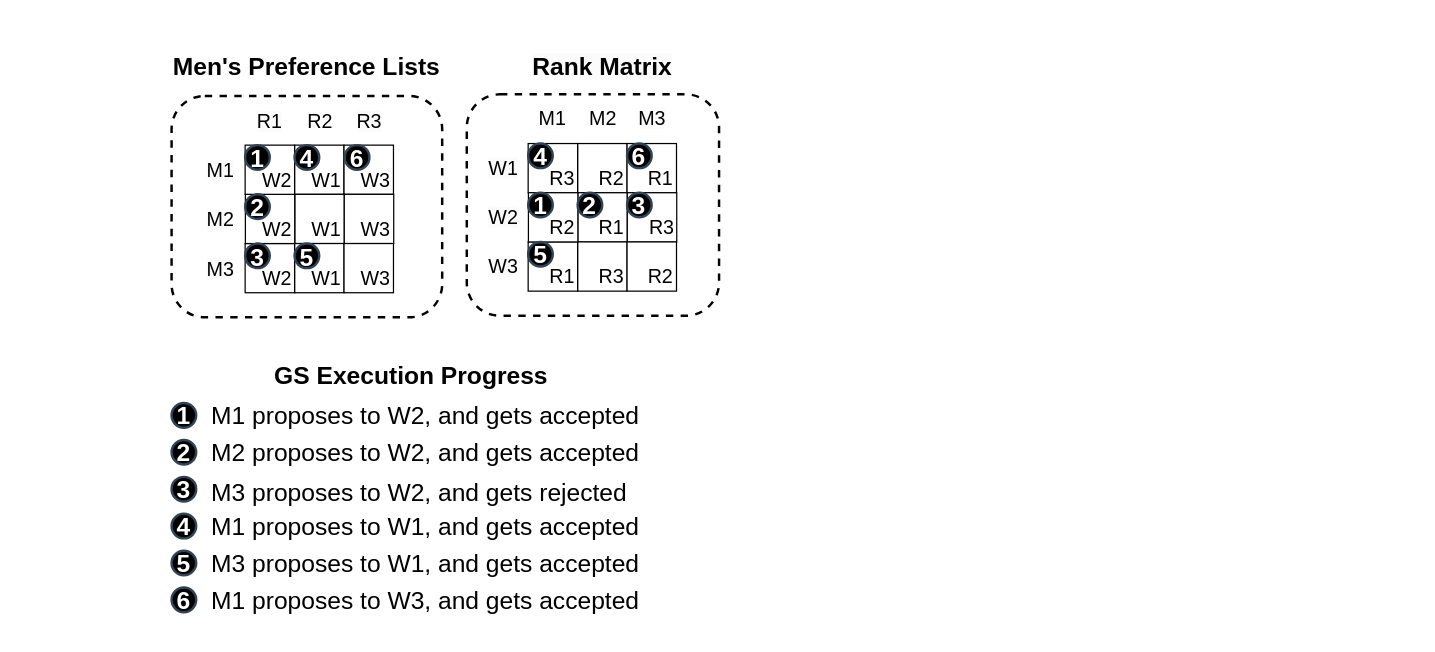
Before: newGSExec.drawio in victorliu-sq/BambooSMP-Figures, a draw.io diagram. Source tidied: cells renumbered, new cells numbered last; positions are measured from the earlier drawing's top-left corner, leaving out a move shared by most shapes. Both pictures are drawn from the tidied source at 123%, with x=0, y=0 at pixel (171, 53).
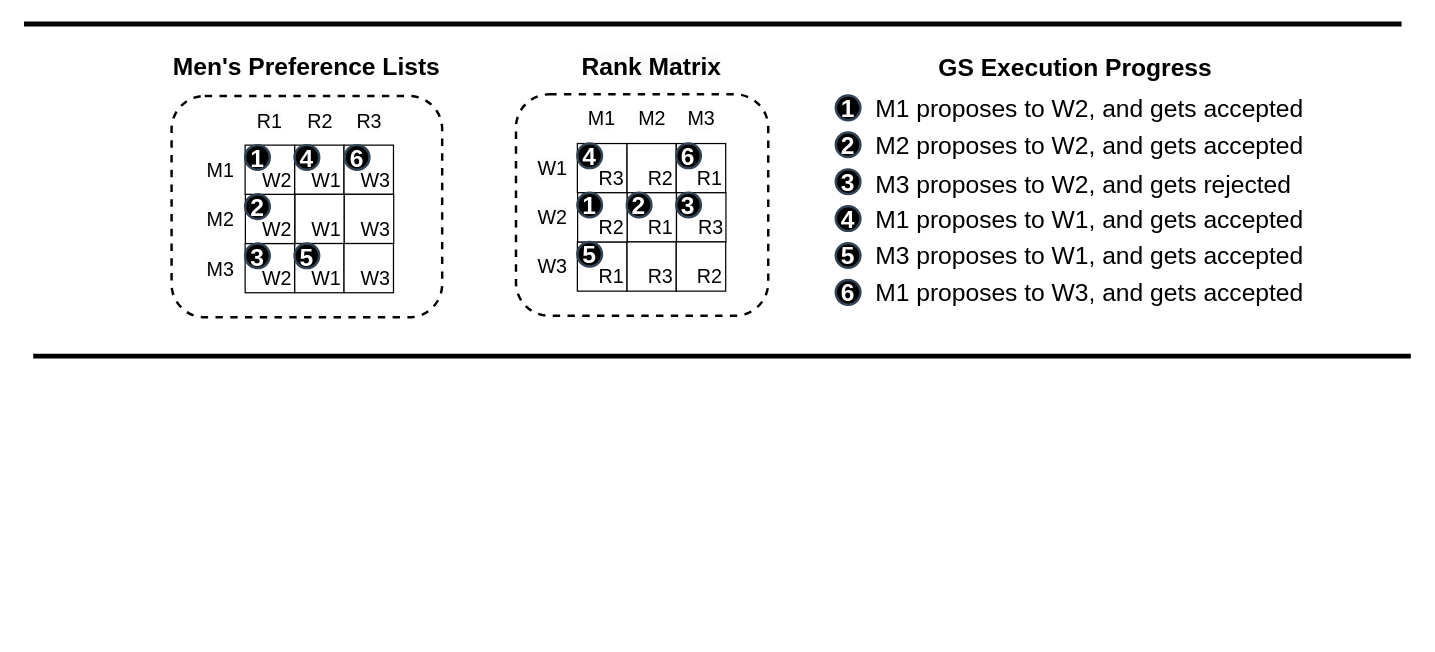
After the change.

Diff of the diagram source:
```diff
@@
     <mxCell id="3" style="rounded=1;whiteSpace=wrap;html=1;strokeWidth=2;dashed=1;" parent="1" vertex="1">
-      <mxGeometry x="240" y="33.2" width="205.1" height="180" as="geometry" />
+      <mxGeometry x="280" y="33.2" width="205.1" height="180" as="geometry" />
     </mxCell>
     <mxCell id="4" value="1" style="ellipse;whiteSpace=wrap;html=1;strokeColor=#314354;align=center;verticalAlign=middle;fontFamily=Helvetica;fontSize=20;fillColor=#000000;fontColor=#ffffff;fontStyle=1;strokeWidth=2;" parent="1" vertex="1">
-      <mxGeometry y="284.2" width="20" height="20" as="geometry" />
+      <mxGeometry x="540" y="34.2" width="20" height="20" as="geometry" />
     </mxCell>
     <mxCell id="5" value="2" style="ellipse;whiteSpace=wrap;html=1;strokeColor=#314354;align=center;verticalAlign=middle;fontFamily=Helvetica;fontSize=20;fillColor=#000000;fontColor=#ffffff;fontStyle=1;strokeWidth=2;" parent="1" vertex="1">
-      <mxGeometry y="314.2" width="20" height="20" as="geometry" />
+      <mxGeometry x="540" y="64.2" width="20" height="20" as="geometry" />
     </mxCell>
     <mxCell id="6" value="3" style="ellipse;whiteSpace=wrap;html=1;strokeColor=#314354;align=center;verticalAlign=middle;fontFamily=Helvetica;fontSize=20;fillColor=#000000;fontColor=#ffffff;fontStyle=1;strokeWidth=2;" parent="1" vertex="1">
-      <mxGeometry y="344.2" width="20" height="20" as="geometry" />
+      <mxGeometry x="540" y="94.2" width="20" height="20" as="geometry" />
     </mxCell>
     <mxCell id="7" value="4" style="ellipse;whiteSpace=wrap;html=1;strokeColor=#314354;align=center;verticalAlign=middle;fontFamily=Helvetica;fontSize=20;fillColor=#000000;fontColor=#ffffff;fontStyle=1;strokeWidth=2;" parent="1" vertex="1">
-      <mxGeometry y="374.2" width="20" height="20" as="geometry" />
+      <mxGeometry x="540" y="124.2" width="20" height="20" as="geometry" />
     </mxCell>
     <mxCell id="8" value="5" style="ellipse;whiteSpace=wrap;html=1;strokeColor=#314354;align=center;verticalAlign=middle;fontFamily=Helvetica;fontSize=20;fillColor=#000000;fontColor=#ffffff;fontStyle=1;strokeWidth=2;" parent="1" vertex="1">
-      <mxGeometry y="404.2" width="20" height="20" as="geometry" />
+      <mxGeometry x="540" y="154.2" width="20" height="20" as="geometry" />
     </mxCell>
     <mxCell id="9" value="6" style="ellipse;whiteSpace=wrap;html=1;strokeColor=#314354;align=center;verticalAlign=middle;fontFamily=Helvetica;fontSize=20;fillColor=#000000;fontColor=#ffffff;fontStyle=1;strokeWidth=2;" parent="1" vertex="1">
-      <mxGeometry y="434.2" width="20" height="20" as="geometry" />
+      <mxGeometry x="540" y="184.2" width="20" height="20" as="geometry" />
     </mxCell>
     <mxCell id="10" value="&lt;h1 style=&quot;font-size: 20px;&quot;&gt;&lt;span style=&quot;font-size: 20px; font-weight: 400;&quot;&gt;&amp;nbsp;M1 proposes to W2, and gets accepted&lt;/span&gt;&lt;/h1&gt;" style="text;strokeColor=none;align=left;fillColor=none;html=1;verticalAlign=middle;whiteSpace=wrap;rounded=0;fontFamily=Helvetica;fontSize=20;fontColor=default;" parent="1" vertex="1">
-      <mxGeometry x="25" y="279.2" width="405" height="30" as="geometry" />
+      <mxGeometry x="565" y="29.2" width="405" height="30" as="geometry" />
     </mxCell>
     <mxCell id="11" value="&lt;h1 style=&quot;font-size: 20px;&quot;&gt;&lt;span style=&quot;font-size: 20px; font-weight: 400;&quot;&gt;&amp;nbsp;M2 proposes to W2, and gets accepted&lt;/span&gt;&lt;/h1&gt;" style="text;strokeColor=none;align=left;fillColor=none;html=1;verticalAlign=middle;whiteSpace=wrap;rounded=0;fontFamily=Helvetica;fontSize=20;fontColor=default;" parent="1" vertex="1">
-      <mxGeometry x="25" y="309.2" width="365" height="30" as="geometry" />
+      <mxGeometry x="565" y="59.2" width="365" height="30" as="geometry" />
     </mxCell>
     <mxCell id="12" value="&lt;h1 style=&quot;font-size: 20px;&quot;&gt;&lt;span style=&quot;font-size: 20px; font-weight: 400;&quot;&gt;&amp;nbsp;M3 proposes to W2, and gets rejected&lt;/span&gt;&lt;/h1&gt;" style="text;strokeColor=none;align=left;fillColor=none;html=1;verticalAlign=middle;whiteSpace=wrap;rounded=0;fontFamily=Helvetica;fontSize=20;fontColor=default;" parent="1" vertex="1">
-      <mxGeometry x="25" y="340.8" width="365" height="30" as="geometry" />
+      <mxGeometry x="565" y="90.8" width="365" height="30" as="geometry" />
     </mxCell>
     <mxCell id="13" value="&lt;h1 style=&quot;font-size: 20px;&quot;&gt;&lt;span style=&quot;font-size: 20px; font-weight: 400;&quot;&gt;&amp;nbsp;M1 proposes to W1, and gets accepted&lt;/span&gt;&lt;/h1&gt;" style="text;strokeColor=none;align=left;fillColor=none;html=1;verticalAlign=middle;whiteSpace=wrap;rounded=0;fontFamily=Helvetica;fontSize=20;fontColor=default;" parent="1" vertex="1">
-      <mxGeometry x="25" y="369.2" width="365" height="30" as="geometry" />
+      <mxGeometry x="565" y="119.2" width="365" height="30" as="geometry" />
     </mxCell>
     <mxCell id="14" value="&lt;h1 style=&quot;font-size: 20px;&quot;&gt;&lt;span style=&quot;font-size: 20px; font-weight: 400;&quot;&gt;&amp;nbsp;M3 proposes to W1, and gets accepted&lt;/span&gt;&lt;/h1&gt;" style="text;strokeColor=none;align=left;fillColor=none;html=1;verticalAlign=middle;whiteSpace=wrap;rounded=0;fontFamily=Helvetica;fontSize=20;fontColor=default;" parent="1" vertex="1">
-      <mxGeometry x="25" y="399.2" width="365" height="30" as="geometry" />
+      <mxGeometry x="565" y="149.2" width="365" height="30" as="geometry" />
     </mxCell>
     <mxCell id="15" value="&lt;h1 style=&quot;font-size: 20px;&quot;&gt;&lt;span style=&quot;font-size: 20px; font-weight: 400;&quot;&gt;&amp;nbsp;M1 proposes to W3, and gets accepted&lt;/span&gt;&lt;/h1&gt;" style="text;strokeColor=none;align=left;fillColor=none;html=1;verticalAlign=middle;whiteSpace=wrap;rounded=0;fontFamily=Helvetica;fontSize=20;fontColor=default;" parent="1" vertex="1">
-      <mxGeometry x="25" y="429.2" width="365" height="30" as="geometry" />
+      <mxGeometry x="565" y="179.2" width="365" height="30" as="geometry" />
     </mxCell>
     <mxCell id="16" value="&lt;h1 style=&quot;font-size: 20px;&quot;&gt;&lt;span style=&quot;font-size: 20px;&quot;&gt;GS Execution Progress&lt;/span&gt;&lt;/h1&gt;" style="text;strokeColor=none;align=center;fillColor=none;html=1;verticalAlign=middle;whiteSpace=wrap;rounded=0;fontFamily=Helvetica;fontSize=20;fontColor=default;fontStyle=1;" parent="1" vertex="1">
-      <mxGeometry x="80" y="246" width="230" height="30" as="geometry" />
+      <mxGeometry x="620" y="-4" width="230" height="30" as="geometry" />
     </mxCell>
@@
     <mxCell id="33" value="R2" style="rounded=0;whiteSpace=wrap;html=1;fontSize=16;align=right;verticalAlign=bottom;" parent="1" vertex="1">
-      <mxGeometry x="330.1" y="73.2" width="40.2" height="40" as="geometry" />
+      <mxGeometry x="370.1" y="73.2" width="40.2" height="40" as="geometry" />
     </mxCell>
     <mxCell id="34" value="R1" style="rounded=0;whiteSpace=wrap;html=1;fontSize=16;align=right;verticalAlign=bottom;" parent="1" vertex="1">
-      <mxGeometry x="370.3" y="73.2" width="40.2" height="40" as="geometry" />
+      <mxGeometry x="410.3" y="73.2" width="40.2" height="40" as="geometry" />
     </mxCell>
     <mxCell id="35" value="R1" style="rounded=0;whiteSpace=wrap;html=1;fontSize=16;align=right;verticalAlign=bottom;" parent="1" vertex="1">
-      <mxGeometry x="330.3" y="113.2" width="40.2" height="40" as="geometry" />
+      <mxGeometry x="370.3" y="113.2" width="40.2" height="40" as="geometry" />
     </mxCell>
     <mxCell id="36" value="R3" style="rounded=0;whiteSpace=wrap;html=1;fontSize=16;align=right;verticalAlign=bottom;" parent="1" vertex="1">
-      <mxGeometry x="370.5" y="113.2" width="40.2" height="40" as="geometry" />
+      <mxGeometry x="410.5" y="113.2" width="40.2" height="40" as="geometry" />
     </mxCell>
     <mxCell id="37" value="R3" style="rounded=0;whiteSpace=wrap;html=1;fontSize=16;align=right;verticalAlign=bottom;" parent="1" vertex="1">
-      <mxGeometry x="330.1" y="153.2" width="40.2" height="40" as="geometry" />
+      <mxGeometry x="370.1" y="153.2" width="40.2" height="40" as="geometry" />
     </mxCell>
     <mxCell id="38" value="R2" style="rounded=0;whiteSpace=wrap;html=1;fontSize=16;align=right;verticalAlign=bottom;" parent="1" vertex="1">
-      <mxGeometry x="370.3" y="153.2" width="40.2" height="40" as="geometry" />
+      <mxGeometry x="410.3" y="153.2" width="40.2" height="40" as="geometry" />
     </mxCell>
     <mxCell id="39" value="R1" style="rounded=0;whiteSpace=wrap;html=1;strokeWidth=1;fontSize=16;align=right;verticalAlign=bottom;" parent="1" vertex="1">
-      <mxGeometry x="289.9" y="153.2" width="40.2" height="40" as="geometry" />
+      <mxGeometry x="329.9" y="153.2" width="40.2" height="40" as="geometry" />
     </mxCell>
     <mxCell id="40" value="R3" style="rounded=0;whiteSpace=wrap;html=1;strokeWidth=1;fontSize=16;align=right;verticalAlign=bottom;" parent="1" vertex="1">
-      <mxGeometry x="289.9" y="73.2" width="40.2" height="40" as="geometry" />
+      <mxGeometry x="329.9" y="73.2" width="40.2" height="40" as="geometry" />
     </mxCell>
     <mxCell id="41" value="&lt;span style=&quot;color: rgb(0, 0, 0); font-family: Helvetica; font-size: 20px; font-style: normal; font-variant-ligatures: normal; font-variant-caps: normal; letter-spacing: normal; orphans: 2; text-indent: 0px; text-transform: none; widows: 2; word-spacing: 0px; -webkit-text-stroke-width: 0px; white-space: nowrap; background-color: rgb(251, 251, 251); text-decoration-thickness: initial; text-decoration-style: initial; text-decoration-color: initial; float: none; display: inline !important;&quot;&gt;Rank Matrix&lt;/span&gt;" style="text;whiteSpace=wrap;html=1;align=center;strokeColor=none;verticalAlign=middle;strokeWidth=0;fontSize=20;fontStyle=1;" parent="1" vertex="1">
-      <mxGeometry x="311.2" width="79.2" height="20" as="geometry" />
+      <mxGeometry x="351.2" width="79.2" height="20" as="geometry" />
     </mxCell>
     <mxCell id="42" value="&lt;span style=&quot;color: rgb(0, 0, 0); font-family: Helvetica; font-size: 16px; font-style: normal; font-variant-ligatures: normal; font-variant-caps: normal; font-weight: 400; letter-spacing: normal; orphans: 2; text-indent: 0px; text-transform: none; widows: 2; word-spacing: 0px; -webkit-text-stroke-width: 0px; white-space: normal; background-color: rgb(251, 251, 251); text-decoration-thickness: initial; text-decoration-style: initial; text-decoration-color: initial; float: none; display: inline !important;&quot;&gt;W1&lt;/span&gt;" style="text;whiteSpace=wrap;html=1;align=center;verticalAlign=middle;fontSize=16;" parent="1" vertex="1">
-      <mxGeometry x="250.1" y="73.2" width="40" height="40" as="geometry" />
+      <mxGeometry x="290.1" y="73.2" width="40" height="40" as="geometry" />
     </mxCell>
     <mxCell id="43" value="&lt;span style=&quot;color: rgb(0, 0, 0); font-family: Helvetica; font-size: 16px; font-style: normal; font-variant-ligatures: normal; font-variant-caps: normal; font-weight: 400; letter-spacing: normal; orphans: 2; text-indent: 0px; text-transform: none; widows: 2; word-spacing: 0px; -webkit-text-stroke-width: 0px; white-space: normal; background-color: rgb(251, 251, 251); text-decoration-thickness: initial; text-decoration-style: initial; text-decoration-color: initial; float: none; display: inline !important;&quot;&gt;W2&lt;/span&gt;" style="text;whiteSpace=wrap;html=1;align=center;verticalAlign=middle;fontSize=16;" parent="1" vertex="1">
-      <mxGeometry x="250.1" y="113.2" width="40" height="40" as="geometry" />
+      <mxGeometry x="290.1" y="113.2" width="40" height="40" as="geometry" />
     </mxCell>
     <mxCell id="44" value="&lt;span style=&quot;color: rgb(0, 0, 0); font-family: Helvetica; font-size: 16px; font-style: normal; font-variant-ligatures: normal; font-variant-caps: normal; font-weight: 400; letter-spacing: normal; orphans: 2; text-indent: 0px; text-transform: none; widows: 2; word-spacing: 0px; -webkit-text-stroke-width: 0px; white-space: normal; background-color: rgb(251, 251, 251); text-decoration-thickness: initial; text-decoration-style: initial; text-decoration-color: initial; float: none; display: inline !important;&quot;&gt;W3&lt;/span&gt;" style="text;whiteSpace=wrap;html=1;align=center;verticalAlign=middle;fontSize=16;" parent="1" vertex="1">
-      <mxGeometry x="250.1" y="153.2" width="40" height="40" as="geometry" />
+      <mxGeometry x="290.1" y="153.2" width="40" height="40" as="geometry" />
     </mxCell>
     <mxCell id="45" value="&lt;span style=&quot;color: rgb(0, 0, 0); font-family: Helvetica; font-size: 16px; font-style: normal; font-variant-ligatures: normal; font-variant-caps: normal; font-weight: 400; letter-spacing: normal; orphans: 2; text-indent: 0px; text-transform: none; widows: 2; word-spacing: 0px; -webkit-text-stroke-width: 0px; white-space: normal; background-color: rgb(251, 251, 251); text-decoration-thickness: initial; text-decoration-style: initial; text-decoration-color: initial; float: none; display: inline !important;&quot;&gt;M1&lt;/span&gt;" style="text;whiteSpace=wrap;html=1;align=center;verticalAlign=middle;fontSize=16;" parent="1" vertex="1">
-      <mxGeometry x="290.3" y="33.2" width="40" height="40" as="geometry" />
+      <mxGeometry x="330.3" y="33.2" width="40" height="40" as="geometry" />
     </mxCell>
     <mxCell id="46" value="M2" style="text;whiteSpace=wrap;html=1;align=center;verticalAlign=middle;fontSize=16;" parent="1" vertex="1">
-      <mxGeometry x="330.9" y="33.2" width="40" height="40" as="geometry" />
+      <mxGeometry x="370.9" y="33.2" width="40" height="40" as="geometry" />
     </mxCell>
     <mxCell id="47" value="&lt;span style=&quot;color: rgb(0, 0, 0); font-family: Helvetica; font-size: 16px; font-style: normal; font-variant-ligatures: normal; font-variant-caps: normal; font-weight: 400; letter-spacing: normal; orphans: 2; text-indent: 0px; text-transform: none; widows: 2; word-spacing: 0px; -webkit-text-stroke-width: 0px; white-space: normal; background-color: rgb(251, 251, 251); text-decoration-thickness: initial; text-decoration-style: initial; text-decoration-color: initial; float: none; display: inline !important;&quot;&gt;M3&lt;/span&gt;" style="text;whiteSpace=wrap;html=1;align=center;verticalAlign=middle;fontSize=16;" parent="1" vertex="1">
-      <mxGeometry x="370.7" y="33.2" width="40" height="40" as="geometry" />
+      <mxGeometry x="410.7" y="33.2" width="40" height="40" as="geometry" />
     </mxCell>
     <mxCell id="48" value="&lt;span style=&quot;font-size: 16px;&quot;&gt;R2&lt;/span&gt;" style="rounded=0;whiteSpace=wrap;html=1;strokeWidth=1;fontSize=16;strokeColor=default;align=right;verticalAlign=bottom;fontFamily=Helvetica;fontColor=default;fillColor=default;fontStyle=0;" parent="1" vertex="1">
-      <mxGeometry x="290.1" y="113.2" width="40.2" height="40" as="geometry" />
+      <mxGeometry x="330.1" y="113.2" width="40.2" height="40" as="geometry" />
     </mxCell>
@@
     <mxCell id="55" value="1" style="ellipse;whiteSpace=wrap;html=1;strokeColor=#314354;align=center;verticalAlign=middle;fontFamily=Helvetica;fontSize=20;fillColor=#000000;fontColor=#ffffff;fontStyle=1;strokeWidth=2;" parent="1" vertex="1">
-      <mxGeometry x="289.9" y="113.2" width="20" height="20" as="geometry" />
+      <mxGeometry x="329.9" y="113.2" width="20" height="20" as="geometry" />
     </mxCell>
     <mxCell id="56" value="5" style="ellipse;whiteSpace=wrap;html=1;strokeColor=#314354;align=center;verticalAlign=middle;fontFamily=Helvetica;fontSize=20;fillColor=#000000;fontColor=#ffffff;fontStyle=1;strokeWidth=2;" parent="1" vertex="1">
-      <mxGeometry x="289.9" y="153.2" width="20" height="20" as="geometry" />
+      <mxGeometry x="329.9" y="153.2" width="20" height="20" as="geometry" />
     </mxCell>
     <mxCell id="57" value="4" style="ellipse;whiteSpace=wrap;html=1;strokeColor=#314354;align=center;verticalAlign=middle;fontFamily=Helvetica;fontSize=20;fillColor=#000000;fontColor=#ffffff;fontStyle=1;strokeWidth=2;" parent="1" vertex="1">
-      <mxGeometry x="289.9" y="73.2" width="20" height="20" as="geometry" />
+      <mxGeometry x="329.9" y="73.2" width="20" height="20" as="geometry" />
     </mxCell>
     <mxCell id="58" value="2" style="ellipse;whiteSpace=wrap;html=1;strokeColor=#314354;align=center;verticalAlign=middle;fontFamily=Helvetica;fontSize=20;fillColor=#000000;fontColor=#ffffff;fontStyle=1;strokeWidth=2;" parent="1" vertex="1">
-      <mxGeometry x="330.1" y="113.2" width="20" height="20" as="geometry" />
+      <mxGeometry x="370.1" y="113.2" width="20" height="20" as="geometry" />
     </mxCell>
     <mxCell id="59" value="3" style="ellipse;whiteSpace=wrap;html=1;strokeColor=#314354;align=center;verticalAlign=middle;fontFamily=Helvetica;fontSize=20;fillColor=#000000;fontColor=#ffffff;fontStyle=1;spacing=0;strokeWidth=2;" parent="1" vertex="1">
-      <mxGeometry x="370.3" y="113.2" width="20" height="20" as="geometry" />
+      <mxGeometry x="410.3" y="113.2" width="20" height="20" as="geometry" />
     </mxCell>
     <mxCell id="60" value="6" style="ellipse;whiteSpace=wrap;html=1;strokeColor=#314354;align=center;verticalAlign=middle;fontFamily=Helvetica;fontSize=20;fillColor=#000000;fontColor=#ffffff;fontStyle=1;strokeWidth=2;" parent="1" vertex="1">
-      <mxGeometry x="370.3" y="73.2" width="20" height="20" as="geometry" />
+      <mxGeometry x="410.3" y="73.2" width="20" height="20" as="geometry" />
     </mxCell>
+    <mxCell id="61" style="endArrow=none;html=1;rounded=0;strokeWidth=4;" parent="1" edge="1">
+      <mxGeometry relative="1" as="geometry">
+        <mxPoint x="-120" y="-24" as="sourcePoint" />
+        <mxPoint x="1000" y="-24" as="targetPoint" />
+      </mxGeometry>
+    </mxCell>
+    <mxCell id="62" style="endArrow=none;html=1;rounded=0;strokeWidth=4;" parent="1" edge="1">
+      <mxGeometry relative="1" as="geometry">
+        <mxPoint x="-112.5" y="246" as="sourcePoint" />
+        <mxPoint x="1007.5" y="246" as="targetPoint" />
+      </mxGeometry>
+    </mxCell>
```
